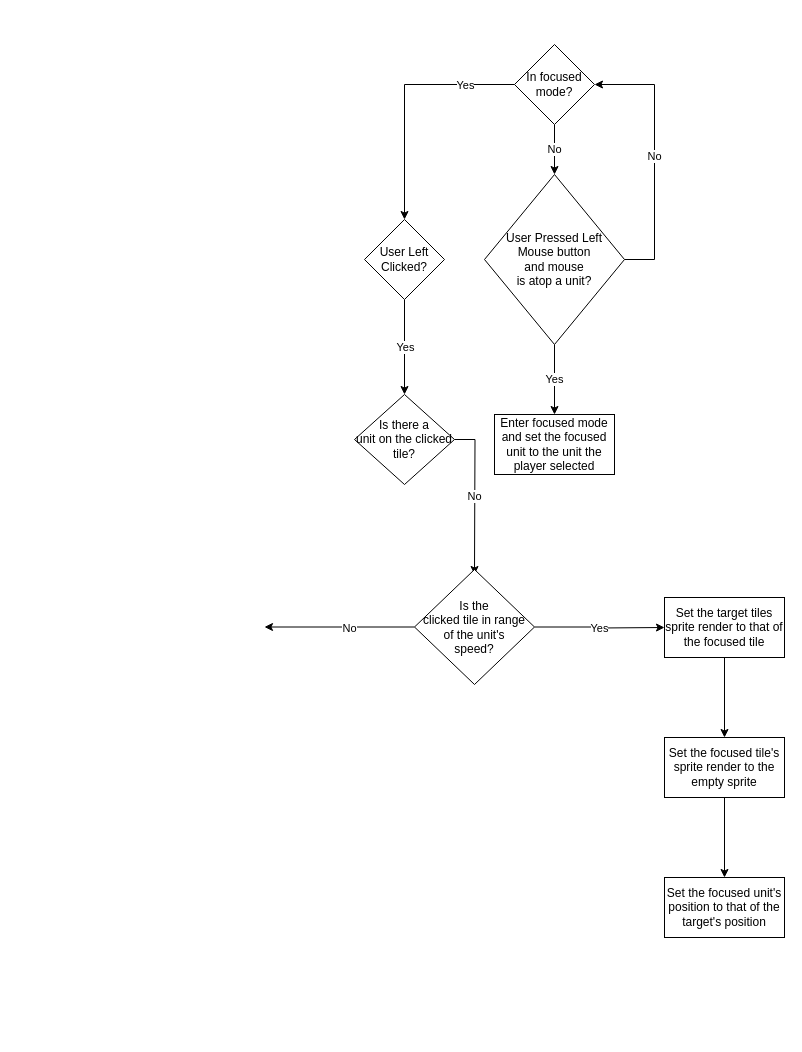
Before: draw.io/UnitInteract.drawio in bezmuth/civ-like-a, a draw.io diagram. Source tidied: cells renumbered, new cells numbered last; positions are measured from the earlier drawing's top-left corner, leaving out a move shared by most shapes. Both pictures are drawn from the tidied source at 100%, with x=0, y=0 at pixel (264, 44).
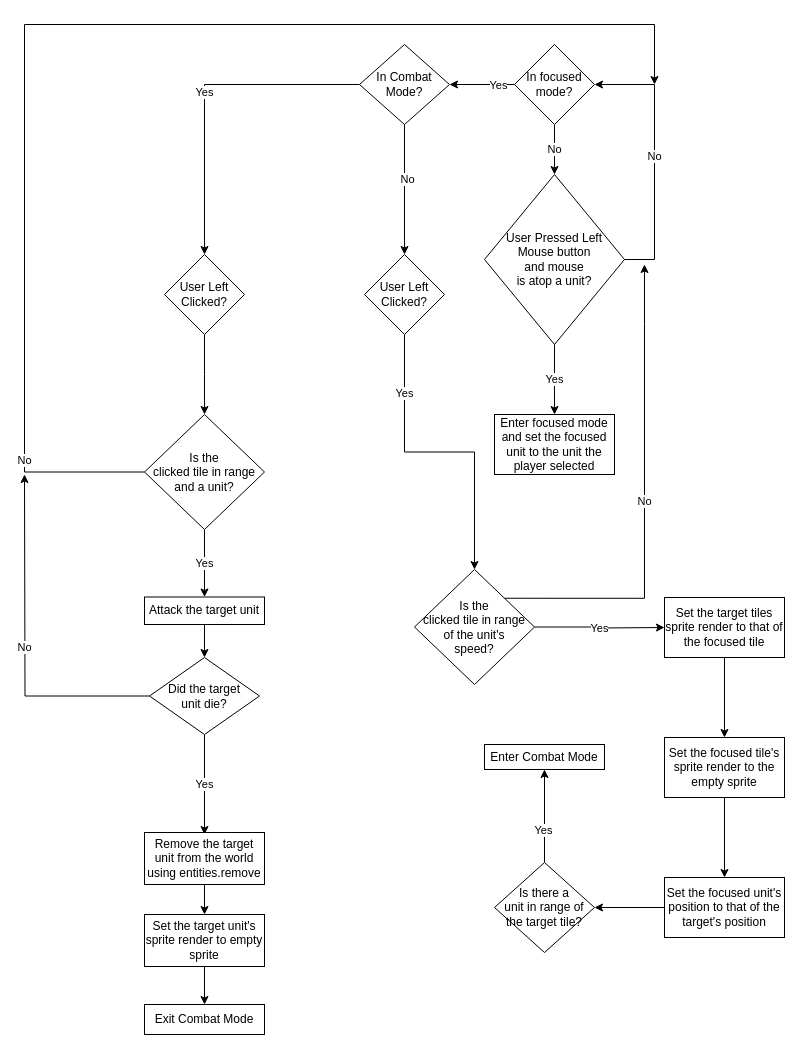
The same diagram, later.

Unchanged cells that the change refers to:
```xml
<mxCell id="8" value="In focused mode?" style="rhombus;whiteSpace=wrap;html=1;" parent="1" vertex="1">
  <mxGeometry x="250" width="80" height="80" as="geometry" />
</mxCell>
<mxCell id="17" value="&lt;div&gt;Is the &lt;br&gt;&lt;/div&gt;&lt;div&gt;clicked tile in range &lt;br&gt;&lt;/div&gt;&lt;div&gt;of the unit's &lt;br&gt;&lt;/div&gt;&lt;div&gt;speed?&lt;/div&gt;" style="rhombus;whiteSpace=wrap;html=1;" parent="1" vertex="1">
  <mxGeometry x="150" y="525" width="120" height="115" as="geometry" />
</mxCell>
<mxCell id="22" value="Set the focused unit's position to that of the target's position" style="rounded=0;whiteSpace=wrap;html=1;" parent="1" vertex="1">
  <mxGeometry x="400" y="833" width="120" height="60" as="geometry" />
</mxCell>
```

The edit, as a diff of the source:
```diff
@@
-    <mxCell id="6" style="edgeStyle=orthogonalEdgeStyle;rounded=0;jettySize=auto;html=1;" parent="1" edge="1" source="8" target="11">
+    <mxCell id="6" style="edgeStyle=orthogonalEdgeStyle;rounded=0;jettySize=auto;html=1;" parent="1" edge="1" source="8" target="30">
       <mxGeometry relative="1" as="geometry" />
     </mxCell>
     <mxCell id="7" value="Yes" style="edgeLabel;html=1;align=center;verticalAlign=middle;" parent="6" vertex="1">
       <mxGeometry x="-0.31" relative="1" as="geometry">
-        <mxPoint x="35" as="offset" />
+        <mxPoint x="5" as="offset" />
       </mxGeometry>
     </mxCell>
@@
-    <mxCell id="10" value="Yes" style="edgeStyle=orthogonalEdgeStyle;rounded=0;jettySize=auto;html=1;" parent="1" edge="1" source="11">
-      <mxGeometry relative="1" as="geometry">
-        <mxPoint x="140" y="350" as="targetPoint" />
-      </mxGeometry>
+    <mxCell id="10" value="Yes" style="edgeStyle=orthogonalEdgeStyle;rounded=0;jettySize=auto;html=1;entryX=0.5;entryY=0;entryDx=0;entryDy=0;" parent="1" edge="1" source="11" target="17">
+      <mxGeometry x="-0.61" relative="1" as="geometry" />
     </mxCell>
     <mxCell id="11" value="User Left Clicked?" style="rhombus;whiteSpace=wrap;html=1;" parent="1" vertex="1">
-      <mxGeometry x="100" y="175" width="80" height="80" as="geometry" />
+      <mxGeometry x="100" y="210" width="80" height="80" as="geometry" />
     </mxCell>
-    <mxCell id="12" value="No" style="edgeStyle=orthogonalEdgeStyle;rounded=0;jettySize=auto;html=1;" parent="1" edge="1" source="13">
-      <mxGeometry relative="1" as="geometry">
-        <mxPoint x="210" y="530" as="targetPoint" />
-      </mxGeometry>
-    </mxCell>
-    <mxCell id="13" value="&lt;div&gt;Is there a &lt;br&gt;&lt;/div&gt;&lt;div&gt;unit on the clicked tile?&lt;/div&gt;" style="rhombus;whiteSpace=wrap;html=1;" parent="1" vertex="1">
-      <mxGeometry x="90" y="350" width="100" height="90" as="geometry" />
-    </mxCell>
+    <mxCell id="23" style="edgeStyle=orthogonalEdgeStyle;rounded=0;jettySize=auto;html=1;exitX=0.5;exitY=0;exitDx=0;exitDy=0;entryX=0.5;entryY=1;entryDx=0;entryDy=0;" parent="1" edge="1" source="31" target="27">
+      <mxGeometry relative="1" as="geometry" />
+    </mxCell>
+    <mxCell id="24" value="Yes" style="edgeLabel;html=1;align=center;verticalAlign=middle;" parent="23" vertex="1">
+      <mxGeometry x="-0.29" y="2" relative="1" as="geometry" />
+    </mxCell>
@@
-    <mxCell id="15" style="edgeStyle=orthogonalEdgeStyle;rounded=0;jettySize=auto;html=1;" parent="1" edge="1" source="17">
-      <mxGeometry relative="1" as="geometry">
-        <mxPoint y="582.5" as="targetPoint" />
-      </mxGeometry>
-    </mxCell>
-    <mxCell id="16" value="No" style="edgeLabel;html=1;align=center;verticalAlign=middle;" parent="15" vertex="1">
-      <mxGeometry x="-0.12" y="1" relative="1" as="geometry" />
-    </mxCell>
+    <mxCell id="25" value="No" style="edgeStyle=orthogonalEdgeStyle;rounded=0;jettySize=auto;html=1;exitX=1;exitY=0;exitDx=0;exitDy=0;" parent="1" edge="1" source="17">
+      <mxGeometry relative="1" as="geometry">
+        <mxPoint x="380" y="220" as="targetPoint" />
+        <Array as="points">
+          <mxPoint x="380" y="554" />
+          <mxPoint x="380" y="280" />
+        </Array>
+      </mxGeometry>
+    </mxCell>
@@
+    <mxCell id="26" style="edgeStyle=orthogonalEdgeStyle;rounded=0;jettySize=auto;html=1;entryX=1;entryY=0.5;entryDx=0;entryDy=0;" parent="1" edge="1" source="22" target="31">
+      <mxGeometry relative="1" as="geometry" />
+    </mxCell>
@@
+    <mxCell id="27" value="Enter Combat Mode" style="rounded=0;whiteSpace=wrap;html=1;" parent="1" vertex="1">
+      <mxGeometry x="220" y="700" width="120" height="25" as="geometry" />
+    </mxCell>
+    <mxCell id="28" style="edgeStyle=orthogonalEdgeStyle;rounded=0;jettySize=auto;html=1;entryX=0.5;entryY=0;entryDx=0;entryDy=0;" parent="1" edge="1" source="30" target="11">
+      <mxGeometry relative="1" as="geometry" />
+    </mxCell>
+    <mxCell id="16" value="No" style="edgeLabel;html=1;align=center;verticalAlign=middle;" parent="28" vertex="1">
+      <mxGeometry x="-0.17" y="2" relative="1" as="geometry" />
+    </mxCell>
+    <mxCell id="29" value="Yes" style="edgeStyle=orthogonalEdgeStyle;rounded=0;jettySize=auto;html=1;entryX=0.5;entryY=0;entryDx=0;entryDy=0;" parent="1" edge="1" source="30" target="33">
+      <mxGeometry relative="1" as="geometry" />
+    </mxCell>
+    <mxCell id="30" value="In Combat Mode?" style="rhombus;whiteSpace=wrap;html=1;" parent="1" vertex="1">
+      <mxGeometry x="95" width="90" height="80" as="geometry" />
+    </mxCell>
+    <mxCell id="31" value="&lt;div&gt;Is there a &lt;br&gt;&lt;/div&gt;&lt;div&gt;unit in range of the target tile?&lt;br&gt;&lt;/div&gt;" style="rhombus;whiteSpace=wrap;html=1;" parent="1" vertex="1">
+      <mxGeometry x="230" y="818" width="100" height="90" as="geometry" />
+    </mxCell>
+    <mxCell id="32" style="edgeStyle=orthogonalEdgeStyle;rounded=0;jettySize=auto;html=1;" parent="1" edge="1" source="33">
+      <mxGeometry relative="1" as="geometry">
+        <mxPoint x="-60" y="370" as="targetPoint" />
+      </mxGeometry>
+    </mxCell>
+    <mxCell id="33" value="User Left Clicked?" style="rhombus;whiteSpace=wrap;html=1;" parent="1" vertex="1">
+      <mxGeometry x="-100" y="210" width="80" height="80" as="geometry" />
+    </mxCell>
+    <mxCell id="34" value="Yes" style="edgeStyle=orthogonalEdgeStyle;rounded=0;jettySize=auto;html=1;" parent="1" edge="1" source="35" target="37">
+      <mxGeometry relative="1" as="geometry" />
+    </mxCell>
+    <mxCell id="12" value="No" style="edgeStyle=orthogonalEdgeStyle;rounded=0;jettySize=auto;html=1;" parent="1" edge="1" source="35">
+      <mxGeometry x="-0.79" relative="1" as="geometry">
+        <mxPoint x="390" y="40" as="targetPoint" />
+        <Array as="points">
+          <mxPoint x="-240" y="428" />
+          <mxPoint x="-240" y="-20" />
+        </Array>
+      </mxGeometry>
+    </mxCell>
+    <mxCell id="35" value="&lt;div&gt;Is the &lt;br&gt;&lt;/div&gt;&lt;div&gt;clicked tile in range &lt;br&gt;&lt;/div&gt;and a unit?" style="rhombus;whiteSpace=wrap;html=1;" parent="1" vertex="1">
+      <mxGeometry x="-120" y="370" width="120" height="115" as="geometry" />
+    </mxCell>
+    <mxCell id="36" style="edgeStyle=orthogonalEdgeStyle;rounded=0;jettySize=auto;html=1;" parent="1" edge="1" source="37" target="40">
+      <mxGeometry relative="1" as="geometry" />
+    </mxCell>
+    <mxCell id="37" value="Attack the target unit " style="rounded=0;whiteSpace=wrap;html=1;" parent="1" vertex="1">
+      <mxGeometry x="-120" y="552.5" width="120" height="27.5" as="geometry" />
+    </mxCell>
+    <mxCell id="38" value="Yes" style="edgeStyle=orthogonalEdgeStyle;rounded=0;jettySize=auto;html=1;" parent="1" edge="1" source="40">
+      <mxGeometry relative="1" as="geometry">
+        <mxPoint x="-60" y="790" as="targetPoint" />
+      </mxGeometry>
+    </mxCell>
+    <mxCell id="39" value="No" style="edgeStyle=orthogonalEdgeStyle;rounded=0;jettySize=auto;html=1;exitX=0;exitY=0.5;exitDx=0;exitDy=0;" parent="1" edge="1" source="40">
+      <mxGeometry relative="1" as="geometry">
+        <mxPoint x="-240" y="430" as="targetPoint" />
+      </mxGeometry>
+    </mxCell>
+    <mxCell id="40" value="&lt;div&gt;Did the target&lt;/div&gt;&lt;div&gt;unit die?&lt;/div&gt;" style="rhombus;whiteSpace=wrap;html=1;" parent="1" vertex="1">
+      <mxGeometry x="-115" y="613" width="110" height="77" as="geometry" />
+    </mxCell>
+    <mxCell id="41" value="Exit Combat Mode" style="rounded=0;whiteSpace=wrap;html=1;" parent="1" vertex="1">
+      <mxGeometry x="-120" y="960" width="120" height="30" as="geometry" />
+    </mxCell>
+    <mxCell id="42" style="edgeStyle=orthogonalEdgeStyle;rounded=0;jettySize=auto;html=1;entryX=0.5;entryY=0;entryDx=0;entryDy=0;" parent="1" edge="1" source="43" target="45">
+      <mxGeometry relative="1" as="geometry" />
+    </mxCell>
+    <mxCell id="43" value="Remove the target unit from the world using entities.remove" style="rounded=0;whiteSpace=wrap;html=1;" parent="1" vertex="1">
+      <mxGeometry x="-120" y="788" width="120" height="52" as="geometry" />
+    </mxCell>
+    <mxCell id="44" style="edgeStyle=orthogonalEdgeStyle;rounded=0;jettySize=auto;html=1;entryX=0.5;entryY=0;entryDx=0;entryDy=0;" parent="1" edge="1" source="45" target="41">
+      <mxGeometry relative="1" as="geometry" />
+    </mxCell>
+    <mxCell id="45" value="Set the target unit's sprite render to empty sprite" style="rounded=0;whiteSpace=wrap;html=1;" parent="1" vertex="1">
+      <mxGeometry x="-120" y="870" width="120" height="52" as="geometry" />
+    </mxCell>
```
